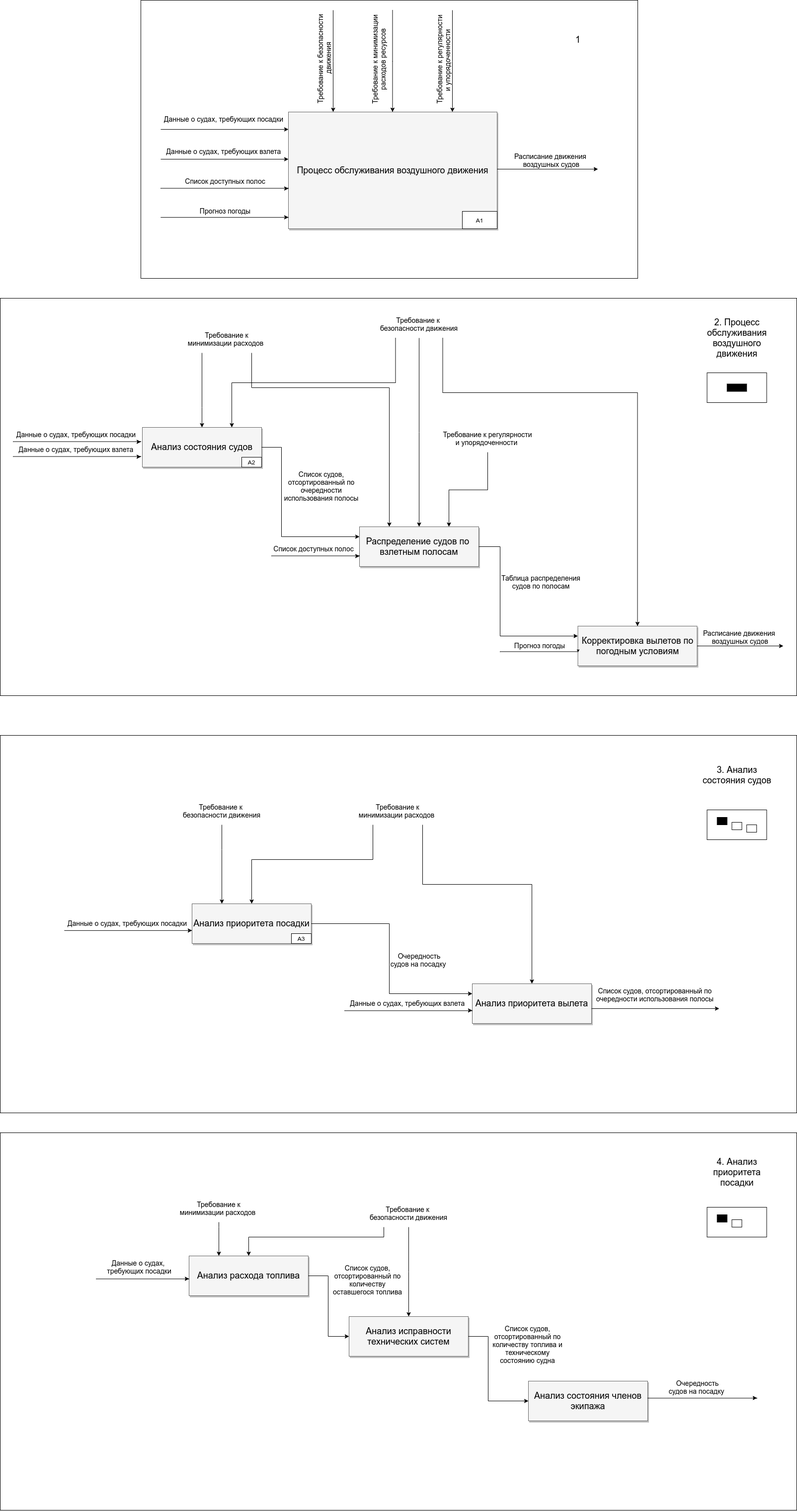
This is Rogova_IDEF0_1.png from kseniadumpling/airport-intelligent-systems, a draw.io export, as it was before one commit. Source tidied: cells renumbered, new cells last; positions are measured from the earlier drawing's top-left corner, leaving out a move shared by most shapes.
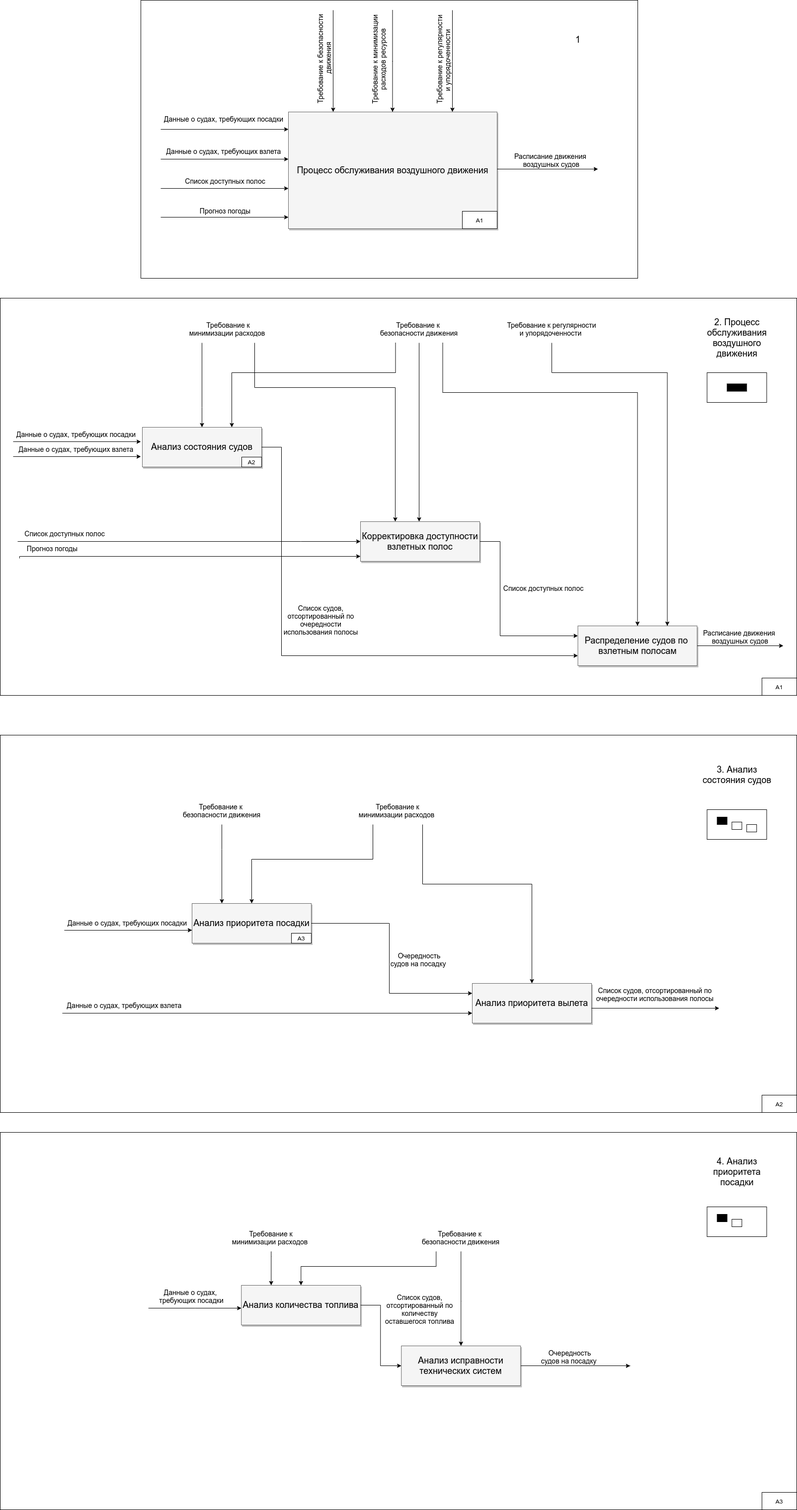
After the commit.

Change to the diagram source:
```diff
@@ -94,6 +94,3 @@
     </mxCell>
-    <mxCell id="24" value="Распределение судов по&amp;nbsp;&lt;br&gt;взлетным полосам" style="whiteSpace=wrap;html=1;shadow=1;fontSize=18;fillColor=#f5f5f5;strokeColor=#666666;" parent="1" vertex="1">
-      <mxGeometry x="723" y="1060" width="240" height="80" as="geometry" />
-    </mxCell>
-    <mxCell id="25" style="edgeStyle=elbowEdgeStyle;rounded=0;html=1;startArrow=none;startFill=0;jettySize=auto;fontSize=18;entryX=0;entryY=0.25;entryDx=0;entryDy=0;exitX=1;exitY=0.5;exitDx=0;exitDy=0;" parent="1" edge="1" source="23" target="24">
+    <mxCell id="25" style="edgeStyle=elbowEdgeStyle;rounded=0;html=1;startArrow=none;startFill=0;jettySize=auto;fontSize=18;exitX=1;exitY=0.5;exitDx=0;exitDy=0;entryX=0;entryY=0.75;entryDx=0;entryDy=0;" parent="1" edge="1" source="23" target="24">
       <mxGeometry relative="1" as="geometry">
@@ -109,4 +106,5 @@
     </mxCell>
-    <mxCell id="26" style="edgeStyle=elbowEdgeStyle;rounded=0;html=1;startArrow=none;startFill=0;jettySize=auto;fontSize=18;entryX=0;entryY=0.25;entryDx=0;entryDy=0;exitX=1;exitY=0.5;exitDx=0;exitDy=0;" parent="1" edge="1" source="24" target="27">
+    <mxCell id="26" style="edgeStyle=elbowEdgeStyle;rounded=0;html=1;startArrow=none;startFill=0;jettySize=auto;fontSize=18;entryX=0;entryY=0.25;entryDx=0;entryDy=0;exitX=1;exitY=0.5;exitDx=0;exitDy=0;" parent="1" edge="1" source="100">
       <mxGeometry relative="1" as="geometry">
+        <mxPoint x="1162.5" y="1280" as="targetPoint" />
         <Array as="points">
@@ -122,5 +120,2 @@
     </mxCell>
-    <mxCell id="27" value="Корректировка вылетов по погодным условиям" style="whiteSpace=wrap;html=1;shadow=1;fontSize=18;fillColor=#f5f5f5;strokeColor=#666666;" parent="1" vertex="1">
-      <mxGeometry x="1162.5" y="1260" width="240" height="80" as="geometry" />
-    </mxCell>
     <mxCell id="28" value="А2" style="rounded=0;whiteSpace=wrap;html=1;" parent="1" vertex="1">
@@ -129,12 +124,24 @@
     <mxCell id="29" value="&lt;div&gt;&lt;font face=&quot;helvetica&quot; style=&quot;font-size: 14px&quot;&gt;Требование к &lt;br&gt;&lt;div&gt;&lt;span&gt;безопасности &lt;/span&gt;&lt;span&gt;движения&lt;/span&gt;&lt;/div&gt;&lt;/font&gt;&lt;/div&gt;" style="text;whiteSpace=wrap;html=1;rotation=0;align=center;" parent="1" vertex="1">
-      <mxGeometry x="748" y="630" width="190" height="50" as="geometry" />
+      <mxGeometry x="748" y="640" width="190" height="50" as="geometry" />
     </mxCell>
     <mxCell id="30" style="edgeStyle=elbowEdgeStyle;rounded=0;html=1;startArrow=none;startFill=0;jettySize=auto;fontSize=18;elbow=vertical;exitX=0.25;exitY=1;exitDx=0;exitDy=0;entryX=0.75;entryY=0;entryDx=0;entryDy=0;" parent="1" edge="1" source="29" target="23">
-      <mxGeometry relative="1" as="geometry" />
+      <mxGeometry relative="1" as="geometry">
+        <Array as="points">
+          <mxPoint x="625" y="750" />
+        </Array>
+      </mxGeometry>
     </mxCell>
-    <mxCell id="31" style="edgeStyle=elbowEdgeStyle;rounded=0;html=1;startArrow=none;startFill=0;jettySize=auto;fontSize=18;elbow=vertical;exitX=0.5;exitY=1;exitDx=0;exitDy=0;entryX=0.5;entryY=0;entryDx=0;entryDy=0;" parent="1" edge="1" source="29" target="24">
-      <mxGeometry relative="1" as="geometry" />
+    <mxCell id="31" style="edgeStyle=elbowEdgeStyle;rounded=0;html=1;startArrow=none;startFill=0;jettySize=auto;fontSize=18;elbow=vertical;exitX=0.5;exitY=1;exitDx=0;exitDy=0;" parent="1" edge="1" source="29" target="100">
+      <mxGeometry relative="1" as="geometry">
+        <Array as="points">
+          <mxPoint x="843" y="1050" />
+          <mxPoint x="855" y="1040" />
+          <mxPoint x="845" y="1010" />
+          <mxPoint x="855" y="970" />
+        </Array>
+      </mxGeometry>
     </mxCell>
-    <mxCell id="32" style="edgeStyle=elbowEdgeStyle;rounded=0;html=1;startArrow=none;startFill=0;jettySize=auto;fontSize=18;elbow=vertical;exitX=0.75;exitY=1;exitDx=0;exitDy=0;entryX=0.5;entryY=0;entryDx=0;entryDy=0;" parent="1" edge="1" source="29" target="27">
+    <mxCell id="32" style="edgeStyle=elbowEdgeStyle;rounded=0;html=1;startArrow=none;startFill=0;jettySize=auto;fontSize=18;elbow=vertical;exitX=0.75;exitY=1;exitDx=0;exitDy=0;entryX=0.5;entryY=0;entryDx=0;entryDy=0;" parent="1" edge="1" source="29">
       <mxGeometry relative="1" as="geometry">
+        <mxPoint x="1282.5" y="1260" as="targetPoint" />
         <Array as="points">
@@ -147,3 +154,3 @@
     <mxCell id="33" value="&lt;div&gt;&lt;font face=&quot;helvetica&quot; style=&quot;font-size: 14px&quot;&gt;Требование к&lt;br&gt;минимизации расходов&amp;nbsp;&lt;/font&gt;&lt;/div&gt;" style="text;whiteSpace=wrap;html=1;rotation=0;align=center;" parent="1" vertex="1">
-      <mxGeometry x="356" y="660" width="200" height="50" as="geometry" />
+      <mxGeometry x="353" y="640" width="212" height="50" as="geometry" />
     </mxCell>
@@ -157,4 +164,5 @@
     </mxCell>
-    <mxCell id="35" style="edgeStyle=elbowEdgeStyle;rounded=0;html=1;startArrow=none;startFill=0;jettySize=auto;fontSize=18;elbow=vertical;exitX=0.75;exitY=1;exitDx=0;exitDy=0;entryX=0.25;entryY=0;entryDx=0;entryDy=0;" parent="1" edge="1" source="33" target="24">
+    <mxCell id="35" style="edgeStyle=elbowEdgeStyle;rounded=0;html=1;startArrow=none;startFill=0;jettySize=auto;fontSize=18;elbow=vertical;exitX=0.75;exitY=1;exitDx=0;exitDy=0;entryX=0.25;entryY=0;entryDx=0;entryDy=0;" parent="1" edge="1" source="33">
       <mxGeometry relative="1" as="geometry">
+        <mxPoint x="795" y="1050" as="targetPoint" />
         <Array as="points">
@@ -165,6 +173,10 @@
     <mxCell id="36" value="&lt;div&gt;&lt;font face=&quot;helvetica&quot; style=&quot;font-size: 14px&quot;&gt;Требование к регулярности и упорядоченности&amp;nbsp;&lt;/font&gt;&lt;/div&gt;" style="text;whiteSpace=wrap;html=1;rotation=0;align=center;" parent="1" vertex="1">
-      <mxGeometry x="886" y="860" width="190" height="50" as="geometry" />
+      <mxGeometry x="1015" y="640" width="190" height="50" as="geometry" />
     </mxCell>
     <mxCell id="37" style="edgeStyle=elbowEdgeStyle;rounded=0;html=1;startArrow=none;startFill=0;jettySize=auto;fontSize=18;elbow=vertical;exitX=0.5;exitY=1;exitDx=0;exitDy=0;entryX=0.75;entryY=0;entryDx=0;entryDy=0;" parent="1" edge="1" source="36" target="24">
-      <mxGeometry relative="1" as="geometry" />
+      <mxGeometry relative="1" as="geometry">
+        <Array as="points">
+          <mxPoint x="1245" y="750" />
+        </Array>
+      </mxGeometry>
     </mxCell>
@@ -189,11 +201,12 @@
     <mxCell id="42" value="&lt;font face=&quot;helvetica&quot;&gt;&lt;span style=&quot;font-size: 14px&quot;&gt;Список судов, отсортированный по очередности использования полосы&lt;/span&gt;&lt;/font&gt;" style="text;whiteSpace=wrap;html=1;align=center;" parent="1" vertex="1">
-      <mxGeometry x="570" y="940" width="153" height="70" as="geometry" />
+      <mxGeometry x="569" y="1210" width="153" height="70" as="geometry" />
     </mxCell>
     <mxCell id="43" value="&lt;div&gt;&lt;/div&gt;&lt;span style=&quot;font-family: &amp;#34;helvetica&amp;#34; ; font-size: 14px&quot;&gt;Список доступных полос&lt;br&gt;&lt;/span&gt;" style="text;whiteSpace=wrap;html=1;align=center;" parent="1" vertex="1">
-      <mxGeometry x="536" y="1090" width="190" height="30" as="geometry" />
+      <mxGeometry x="35" y="1060" width="190" height="30" as="geometry" />
     </mxCell>
-    <mxCell id="44" style="edgeStyle=elbowEdgeStyle;rounded=0;html=1;startArrow=none;startFill=0;jettySize=auto;orthogonalLoop=1;fontSize=18;elbow=vertical;" parent="1" edge="1">
+    <mxCell id="44" style="edgeStyle=elbowEdgeStyle;rounded=0;html=1;startArrow=none;startFill=0;jettySize=auto;fontSize=18;elbow=vertical;exitX=0;exitY=1;exitDx=0;exitDy=0;entryX=0;entryY=0.5;entryDx=0;entryDy=0;" parent="1" edge="1" source="43" target="100">
       <mxGeometry relative="1" as="geometry">
-        <mxPoint x="546" y="1119" as="sourcePoint" />
-        <mxPoint x="723" y="1119" as="targetPoint" />
+        <Array as="points">
+          <mxPoint x="605" y="1090" />
+        </Array>
       </mxGeometry>
@@ -201,12 +214,13 @@
     <mxCell id="45" value="&lt;div&gt;&lt;/div&gt;&lt;span style=&quot;font-family: &amp;#34;helvetica&amp;#34; ; font-size: 14px&quot;&gt;Прогноз погоды&lt;/span&gt;&lt;span style=&quot;font-family: &amp;#34;helvetica&amp;#34; ; font-size: 14px&quot;&gt;&lt;br&gt;&lt;/span&gt;" style="text;whiteSpace=wrap;html=1;align=center;" parent="1" vertex="1">
-      <mxGeometry x="996" y="1285" width="180" height="30" as="geometry" />
+      <mxGeometry x="15" y="1090" width="180" height="30" as="geometry" />
     </mxCell>
-    <mxCell id="46" style="edgeStyle=elbowEdgeStyle;rounded=0;html=1;startArrow=none;startFill=0;jettySize=auto;orthogonalLoop=1;fontSize=18;elbow=vertical;" parent="1" edge="1">
+    <mxCell id="46" style="edgeStyle=elbowEdgeStyle;rounded=0;html=1;startArrow=none;startFill=0;jettySize=auto;fontSize=18;elbow=vertical;exitX=0.133;exitY=1.133;exitDx=0;exitDy=0;exitPerimeter=0;" parent="1" edge="1" source="45" target="100">
       <mxGeometry relative="1" as="geometry">
-        <mxPoint x="1006" y="1312" as="sourcePoint" />
-        <mxPoint x="1163" y="1312" as="targetPoint" />
+        <Array as="points">
+          <mxPoint x="615" y="1120" />
+        </Array>
       </mxGeometry>
     </mxCell>
-    <mxCell id="47" value="&lt;font face=&quot;helvetica&quot;&gt;&lt;span style=&quot;font-size: 14px&quot;&gt;Таблица распределения&lt;br&gt;судов по полосам&lt;br&gt;&lt;/span&gt;&lt;/font&gt;" style="text;whiteSpace=wrap;html=1;align=center;" parent="1" vertex="1">
-      <mxGeometry x="999.5" y="1149" width="176.5" height="70" as="geometry" />
+    <mxCell id="47" value="&lt;font face=&quot;helvetica&quot;&gt;&lt;span style=&quot;font-size: 14px&quot;&gt;Список доступных полос&lt;br&gt;&lt;/span&gt;&lt;/font&gt;" style="text;whiteSpace=wrap;html=1;align=center;" parent="1" vertex="1">
+      <mxGeometry x="1005" y="1170" width="176.5" height="70" as="geometry" />
     </mxCell>
@@ -270,10 +284,4 @@
     <mxCell id="62" value="&lt;div&gt;&lt;/div&gt;&lt;span style=&quot;font-family: &amp;#34;helvetica&amp;#34; ; font-size: 14px&quot;&gt;Данные о судах, требующих взлета&lt;br&gt;&lt;/span&gt;" style="text;whiteSpace=wrap;html=1;align=center;" parent="1" vertex="1">
-      <mxGeometry x="690" y="2004.8" width="260" height="30" as="geometry" />
+      <mxGeometry x="120" y="2010" width="260" height="25" as="geometry" />
     </mxCell>
-    <mxCell id="63" style="edgeStyle=elbowEdgeStyle;rounded=0;html=1;startArrow=none;startFill=0;jettySize=auto;orthogonalLoop=1;fontSize=18;elbow=vertical;" parent="1" edge="1">
-      <mxGeometry relative="1" as="geometry">
-        <mxPoint x="693" y="2033.8" as="sourcePoint" />
-        <mxPoint x="950" y="2033.8" as="targetPoint" />
-      </mxGeometry>
-    </mxCell>
     <mxCell id="64" style="edgeStyle=elbowEdgeStyle;rounded=0;html=1;startArrow=none;startFill=0;jettySize=auto;fontSize=18;elbow=vertical;exitX=0.25;exitY=1;exitDx=0;exitDy=0;entryX=0.5;entryY=0;entryDx=0;entryDy=0;" parent="1" edge="1" source="55" target="58">
@@ -350,3 +358,3 @@
     <mxCell id="80" value="&lt;div&gt;&lt;font face=&quot;helvetica&quot; style=&quot;font-size: 14px&quot;&gt;Требование к &lt;br&gt;&lt;div&gt;&lt;span&gt;безопасности &lt;/span&gt;&lt;span&gt;движения&lt;/span&gt;&lt;/div&gt;&lt;/font&gt;&lt;/div&gt;" style="text;whiteSpace=wrap;html=1;rotation=0;align=center;" parent="1" vertex="1">
-      <mxGeometry x="722" y="2420" width="200" height="50" as="geometry" />
+      <mxGeometry x="827.2" y="2470" width="200" height="50" as="geometry" />
     </mxCell>
@@ -355,5 +363,5 @@
         <Array as="points">
-          <mxPoint x="640" y="2490" />
-          <mxPoint x="530" y="2470" />
-          <mxPoint x="520" y="2490" />
+          <mxPoint x="745.2" y="2550" />
+          <mxPoint x="635.2" y="2530" />
+          <mxPoint x="625.2" y="2550" />
         </Array>
@@ -361,7 +369,7 @@
     </mxCell>
-    <mxCell id="82" value="Анализ расхода топлива" style="whiteSpace=wrap;html=1;shadow=1;fontSize=18;fillColor=#f5f5f5;strokeColor=#666666;" parent="1" vertex="1">
-      <mxGeometry x="380" y="2528" width="240" height="80" as="geometry" />
+    <mxCell id="82" value="Анализ количества топлива" style="whiteSpace=wrap;html=1;shadow=1;fontSize=18;fillColor=#f5f5f5;strokeColor=#666666;" parent="1" vertex="1">
+      <mxGeometry x="485.2" y="2588" width="240" height="80" as="geometry" />
     </mxCell>
     <mxCell id="83" value="&lt;div&gt;&lt;font face=&quot;helvetica&quot; style=&quot;font-size: 14px&quot;&gt;Данные о судах,&amp;nbsp;&lt;/font&gt;&lt;/div&gt;&lt;div&gt;&lt;font face=&quot;helvetica&quot; style=&quot;font-size: 14px&quot;&gt;требующих посадки&lt;/font&gt;&lt;/div&gt;" style="text;whiteSpace=wrap;html=1;align=center;" parent="1" vertex="1">
-      <mxGeometry x="200" y="2527.5" width="160" height="30" as="geometry" />
+      <mxGeometry x="305.2" y="2587.5" width="160" height="30" as="geometry" />
     </mxCell>
@@ -369,4 +377,4 @@
       <mxGeometry relative="1" as="geometry">
-        <mxPoint x="193" y="2574" as="sourcePoint" />
-        <mxPoint x="380" y="2574" as="targetPoint" />
+        <mxPoint x="298.2" y="2634" as="sourcePoint" />
+        <mxPoint x="485.2" y="2634" as="targetPoint" />
       </mxGeometry>
@@ -376,7 +384,7 @@
         <Array as="points">
-          <mxPoint x="660" y="2630" />
-          <mxPoint x="910" y="2730" />
-          <mxPoint x="930" y="2730" />
-          <mxPoint x="950" y="2730" />
-          <mxPoint x="990" y="2730" />
+          <mxPoint x="765.2" y="2690" />
+          <mxPoint x="1015.2" y="2790" />
+          <mxPoint x="1035.2" y="2790" />
+          <mxPoint x="1055.2" y="2790" />
+          <mxPoint x="1095.2" y="2790" />
         </Array>
@@ -385,6 +393,6 @@
     <mxCell id="86" value="&lt;font face=&quot;helvetica&quot;&gt;&lt;span style=&quot;font-size: 14px&quot;&gt;Список судов, отсортированный по количеству оставшегося топлива&lt;/span&gt;&lt;/font&gt;" style="text;whiteSpace=wrap;html=1;align=center;" parent="1" vertex="1">
-      <mxGeometry x="663" y="2538" width="153" height="70" as="geometry" />
+      <mxGeometry x="768.2" y="2598" width="153" height="70" as="geometry" />
     </mxCell>
     <mxCell id="87" value="&lt;div&gt;&lt;font face=&quot;helvetica&quot; style=&quot;font-size: 14px&quot;&gt;Требование к&lt;br&gt;минимизации расходов&amp;nbsp;&lt;/font&gt;&lt;/div&gt;" style="text;whiteSpace=wrap;html=1;rotation=0;align=center;" parent="1" vertex="1">
-      <mxGeometry x="340" y="2410" width="200" height="50" as="geometry" />
+      <mxGeometry x="445.2" y="2470" width="200" height="50" as="geometry" />
     </mxCell>
@@ -393,5 +401,5 @@
         <Array as="points">
-          <mxPoint x="550" y="2470" />
-          <mxPoint x="740" y="2490" />
-          <mxPoint x="543" y="2550" />
+          <mxPoint x="655.2" y="2530" />
+          <mxPoint x="845.2" y="2550" />
+          <mxPoint x="648.2" y="2610" />
         </Array>
@@ -400,7 +408,4 @@
     <mxCell id="89" value="Анализ исправности технических систем" style="whiteSpace=wrap;html=1;shadow=1;fontSize=18;fillColor=#f5f5f5;strokeColor=#666666;" parent="1" vertex="1">
-      <mxGeometry x="702" y="2650" width="240" height="80" as="geometry" />
+      <mxGeometry x="807.2" y="2710" width="240" height="80" as="geometry" />
     </mxCell>
-    <mxCell id="90" value="Анализ состояния членов экипажа" style="whiteSpace=wrap;html=1;shadow=1;fontSize=18;fillColor=#f5f5f5;strokeColor=#666666;" parent="1" vertex="1">
-      <mxGeometry x="1063" y="2780" width="240" height="80" as="geometry" />
-    </mxCell>
     <mxCell id="91" style="edgeStyle=elbowEdgeStyle;rounded=0;html=1;startArrow=none;startFill=0;jettySize=auto;fontSize=18;elbow=vertical;exitX=0.5;exitY=1;exitDx=0;exitDy=0;entryX=0.5;entryY=0;entryDx=0;entryDy=0;" parent="1" edge="1" source="80" target="89">
@@ -408,4 +413,4 @@
         <Array as="points">
-          <mxPoint x="830" y="2560" />
-          <mxPoint x="530" y="2500" />
+          <mxPoint x="935.2" y="2620" />
+          <mxPoint x="635.2" y="2560" />
         </Array>
@@ -413,19 +418,4 @@
     </mxCell>
-    <mxCell id="92" style="edgeStyle=elbowEdgeStyle;rounded=0;html=1;startArrow=none;startFill=0;jettySize=auto;fontSize=18;entryX=0;entryY=0.5;entryDx=0;entryDy=0;exitX=1;exitY=0.5;exitDx=0;exitDy=0;" parent="1" edge="1" target="90">
-      <mxGeometry relative="1" as="geometry">
-        <mxPoint x="942" y="2690" as="sourcePoint" />
-        <Array as="points">
-          <mxPoint x="982" y="2752" />
-          <mxPoint x="1232" y="2852" />
-          <mxPoint x="1252" y="2852" />
-          <mxPoint x="1272" y="2852" />
-          <mxPoint x="1312" y="2852" />
-        </Array>
-      </mxGeometry>
-    </mxCell>
-    <mxCell id="93" value="&lt;font face=&quot;helvetica&quot;&gt;&lt;span style=&quot;font-size: 14px&quot;&gt;Список судов, отсортированный по количеству топлива и техническому состоянию судна&lt;/span&gt;&lt;/font&gt;" style="text;whiteSpace=wrap;html=1;align=center;" parent="1" vertex="1">
-      <mxGeometry x="985" y="2660" width="153" height="70" as="geometry" />
-    </mxCell>
     <mxCell id="94" value="&lt;font face=&quot;helvetica&quot;&gt;&lt;span style=&quot;font-size: 14px&quot;&gt;Очередность судов на посадку&amp;nbsp;&lt;/span&gt;&lt;/font&gt;" style="text;whiteSpace=wrap;html=1;align=center;" parent="1" vertex="1">
-      <mxGeometry x="1344.2" y="2770" width="118.5" height="70" as="geometry" />
+      <mxGeometry x="1086.5" y="2710" width="118.5" height="70" as="geometry" />
     </mxCell>
@@ -433,6 +423,24 @@
       <mxGeometry relative="1" as="geometry">
-        <mxPoint x="1303" y="2813.8" as="sourcePoint" />
-        <mxPoint x="1523" y="2814" as="targetPoint" />
+        <mxPoint x="1047.8" y="2750" as="sourcePoint" />
+        <mxPoint x="1267.8" y="2750.2" as="targetPoint" />
       </mxGeometry>
     </mxCell>
+    <mxCell id="96" value="А1" style="rounded=0;whiteSpace=wrap;html=1;" parent="1" vertex="1">
+      <mxGeometry x="1533" y="1365" width="70" height="35" as="geometry" />
+    </mxCell>
+    <mxCell id="97" value="А2" style="rounded=0;whiteSpace=wrap;html=1;" parent="1" vertex="1">
+      <mxGeometry x="1533" y="2205" width="70" height="35" as="geometry" />
+    </mxCell>
+    <mxCell id="98" value="А3" style="rounded=0;whiteSpace=wrap;html=1;" parent="1" vertex="1">
+      <mxGeometry x="1533" y="3005" width="70" height="35" as="geometry" />
+    </mxCell>
+    <mxCell id="99" style="edgeStyle=elbowEdgeStyle;rounded=0;html=1;startArrow=none;startFill=0;jettySize=auto;fontSize=18;elbow=vertical;exitX=0.078;exitY=0.737;exitDx=0;exitDy=0;exitPerimeter=0;entryX=0;entryY=0.75;entryDx=0;entryDy=0;" parent="1" edge="1" source="2" target="59">
+      <mxGeometry relative="1" as="geometry" />
+    </mxCell>
+    <mxCell id="24" value="Распределение судов по&amp;nbsp;&lt;br&gt;взлетным полосам" style="whiteSpace=wrap;html=1;shadow=1;fontSize=18;fillColor=#f5f5f5;strokeColor=#666666;" parent="1" vertex="1">
+      <mxGeometry x="1162.5" y="1260" width="240" height="80" as="geometry" />
+    </mxCell>
+    <mxCell id="100" value="Корректировка доступности взлетных полос" style="whiteSpace=wrap;html=1;shadow=1;fontSize=18;fillColor=#f5f5f5;strokeColor=#666666;" parent="1" vertex="1">
+      <mxGeometry x="725" y="1050" width="240" height="80" as="geometry" />
+    </mxCell>
   </root>
```
